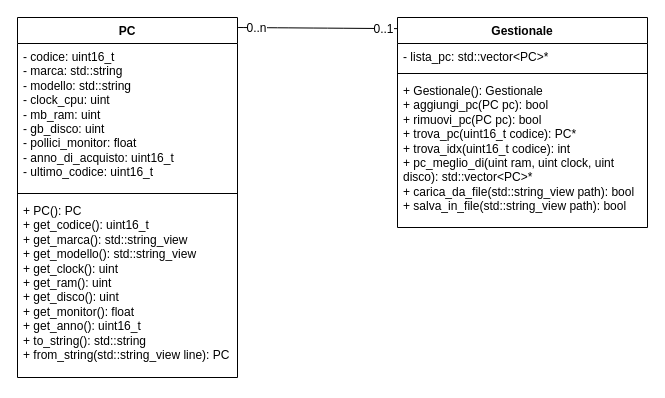
The draw.io diagram Gestionale_UML.drawio in gifede/UML_21_10_2026, before the edit. Source tidied: cells renumbered, new cells numbered last; positions are measured from the earlier drawing's top-left corner, leaving out a move shared by most shapes. Both pictures are drawn from the tidied source at 100%, with x=0, y=0 at pixel (17, 17).
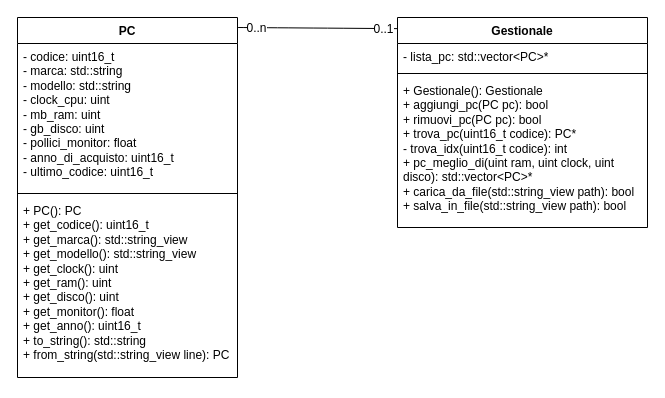
The same page after the edit.

Commit message:
funzione privatizzatta

What changed in the source:
```diff
@@
 <mxGraphModel>
   <root>
     <mxCell id="0" />
     <mxCell id="1" parent="0" />
     <mxCell id="2" value="PC" style="swimlane;fontStyle=1;align=center;verticalAlign=top;horizontal=1;startSize=26;whiteSpace=wrap;html=1;" parent="1" vertex="1">
       <mxGeometry width="220" height="360" as="geometry" />
     </mxCell>
     <mxCell id="3" value="&lt;div&gt;- codice: uint16_t&lt;/div&gt;&lt;div&gt;- marca: std::string&lt;/div&gt;&lt;div&gt;- modello: std::string&lt;/div&gt;&lt;div&gt;- clock_cpu: uint&lt;/div&gt;&lt;div&gt;- mb_ram: uint&lt;/div&gt;&lt;div&gt;- gb_disco: uint&lt;/div&gt;&lt;div&gt;- pollici_monitor: float&lt;/div&gt;&lt;div&gt;- anno_di_acquisto: uint16_t&lt;/div&gt;&lt;div&gt;- ultimo_codice: uint16_t&lt;/div&gt;" style="text;strokeColor=none;fillColor=none;align=left;verticalAlign=top;spacingLeft=4;spacingRight=4;overflow=hidden;whiteSpace=wrap;html=1;" parent="2" vertex="1">
       <mxGeometry y="26" width="220" height="146" as="geometry" />
     </mxCell>
     <mxCell id="4" style="line;strokeWidth=1;fillColor=none;align=left;verticalAlign=middle;spacingTop=-1;spacingLeft=3;spacingRight=3;labelPosition=right;strokeColor=inherit;" parent="2" vertex="1">
       <mxGeometry y="172" width="220" height="8" as="geometry" />
     </mxCell>
     <mxCell id="5" value="&lt;div&gt;+ PC(): PC&lt;/div&gt;&lt;div&gt;+ get_codice(): uint16_t&lt;/div&gt;&lt;div&gt;+ get_marca(): std::string_view&lt;/div&gt;&lt;div&gt;+ get_modello(): std::string_view&lt;/div&gt;&lt;div&gt;+ get_clock(): uint&lt;/div&gt;&lt;div&gt;+ get_ram(): uint&lt;/div&gt;&lt;div&gt;+ get_disco(): uint&lt;/div&gt;&lt;div&gt;+ get_monitor(): float&lt;/div&gt;&lt;div&gt;+ get_anno(): uint16_t&lt;/div&gt;&lt;div&gt;+ to_string(): std::string&lt;/div&gt;&lt;div&gt;+ from_string(std::string_view line): PC&lt;/div&gt;" style="text;strokeColor=none;fillColor=none;align=left;verticalAlign=top;spacingLeft=4;spacingRight=4;overflow=hidden;whiteSpace=wrap;html=1;" parent="2" vertex="1">
       <mxGeometry y="180" width="220" height="180" as="geometry" />
     </mxCell>
     <mxCell id="6" value="Gestionale" style="swimlane;fontStyle=1;align=center;verticalAlign=top;horizontal=1;startSize=26;whiteSpace=wrap;html=1;" parent="1" vertex="1">
       <mxGeometry x="380" width="250" height="210" as="geometry" />
     </mxCell>
     <mxCell id="7" value="- lista_pc: std::vector&amp;lt;PC&amp;gt;*" style="text;strokeColor=none;fillColor=none;align=left;verticalAlign=top;spacingLeft=4;spacingRight=4;overflow=hidden;whiteSpace=wrap;html=1;" parent="6" vertex="1">
       <mxGeometry y="26" width="250" height="26" as="geometry" />
     </mxCell>
     <mxCell id="8" style="line;strokeWidth=1;fillColor=none;align=left;verticalAlign=middle;spacingTop=-1;spacingLeft=3;spacingRight=3;labelPosition=right;strokeColor=inherit;" parent="6" vertex="1">
       <mxGeometry y="52" width="250" height="8" as="geometry" />
     </mxCell>
-    <mxCell id="9" value="&lt;div&gt;+ Gestionale(): Gestionale&amp;nbsp;&lt;/div&gt;&lt;div&gt;+ aggiungi_pc(PC pc): bool&lt;/div&gt;&lt;div&gt;+ rimuovi_pc(PC pc): bool&lt;/div&gt;&lt;div&gt;+ trova_pc(uint16_t codice): PC*&lt;/div&gt;&lt;div&gt;+ trova_idx(uint16_t codice): int&lt;/div&gt;&lt;div&gt;+ pc_meglio_di(uint ram, uint clock, uint disco): std::vector&amp;lt;PC&amp;gt;*&lt;/div&gt;&lt;div&gt;+ carica_da_file(std::string_view path): bool&lt;/div&gt;&lt;div&gt;+ salva_in_file(std::string_view path): bool&lt;/div&gt;" style="text;strokeColor=none;fillColor=none;align=left;verticalAlign=top;spacingLeft=4;spacingRight=4;overflow=hidden;whiteSpace=wrap;html=1;" parent="6" vertex="1">
+    <mxCell id="9" value="&lt;div&gt;+ Gestionale(): Gestionale&amp;nbsp;&lt;/div&gt;&lt;div&gt;+ aggiungi_pc(PC pc): bool&lt;/div&gt;&lt;div&gt;+ rimuovi_pc(PC pc): bool&lt;/div&gt;&lt;div&gt;+ trova_pc(uint16_t codice): PC*&lt;/div&gt;&lt;div&gt;- trova_idx(uint16_t codice): int&lt;/div&gt;&lt;div&gt;+ pc_meglio_di(uint ram, uint clock, uint disco): std::vector&amp;lt;PC&amp;gt;*&lt;/div&gt;&lt;div&gt;+ carica_da_file(std::string_view path): bool&lt;/div&gt;&lt;div&gt;+ salva_in_file(std::string_view path): bool&lt;/div&gt;" style="text;strokeColor=none;fillColor=none;align=left;verticalAlign=top;spacingLeft=4;spacingRight=4;overflow=hidden;whiteSpace=wrap;html=1;" parent="6" vertex="1">
       <mxGeometry y="60" width="250" height="150" as="geometry" />
     </mxCell>
     <mxCell id="10" style="edgeStyle=none;jettySize=auto;html=1;rounded=0;fontSize=12;startSize=8;endSize=8;curved=1;entryX=0;entryY=0.053;entryDx=0;entryDy=0;entryPerimeter=0;endArrow=none;endFill=0;" parent="1" edge="1" target="6">
       <mxGeometry relative="1" as="geometry">
         <mxPoint x="220" y="10" as="sourcePoint" />
       </mxGeometry>
     </mxCell>
     <mxCell id="11" value="0..n" style="edgeLabel;html=1;align=center;verticalAlign=middle;fontSize=12;" parent="10" vertex="1">
       <mxGeometry x="-0.76" y="-2" relative="1" as="geometry">
         <mxPoint y="-2" as="offset" />
       </mxGeometry>
     </mxCell>
     <mxCell id="12" value="0..1" style="edgeLabel;html=1;align=center;verticalAlign=middle;fontSize=12;" parent="10" vertex="1">
       <mxGeometry x="0.81" y="4" relative="1" as="geometry">
         <mxPoint y="4" as="offset" />
       </mxGeometry>
     </mxCell>
   </root>
 </mxGraphModel>
```
